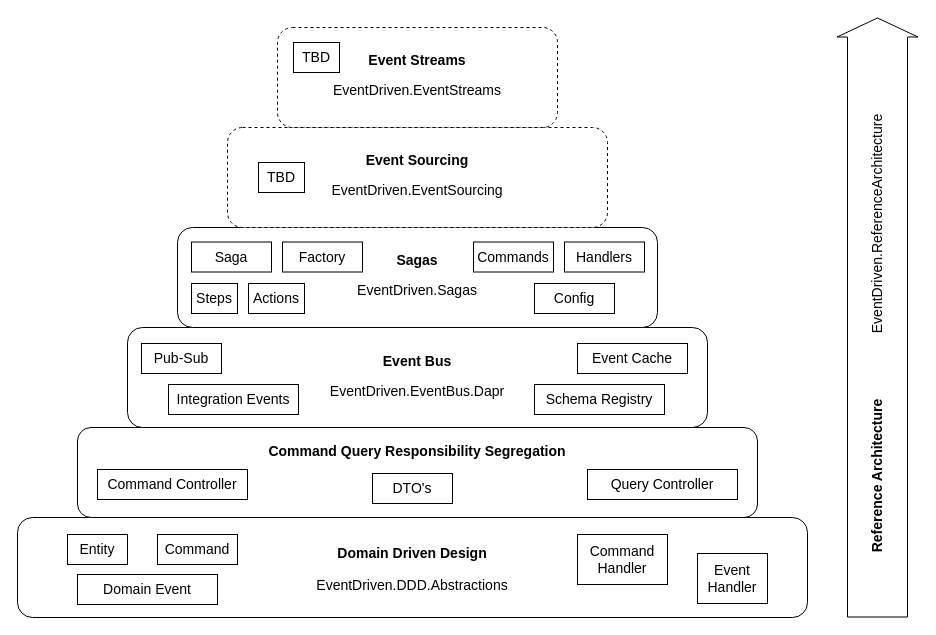
Above: images/event-driven-layers.drawio in event-driven-dotnet/Home (draw.io), before the change. Source tidied: cells renumbered, new cells numbered last; positions are measured from the earlier drawing's top-left corner, leaving out a move shared by most shapes. Both pictures are drawn from the tidied source at 100%, with x=0, y=0 at pixel (17, 17).
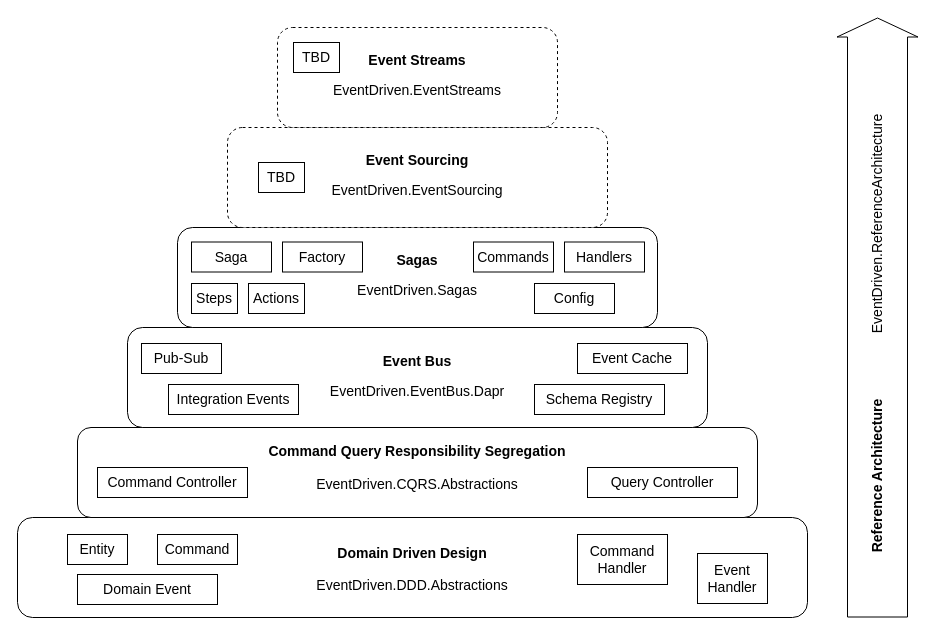
After the change.

Commit message (it also covers changes not shown here):
Update images and ReadMe.md for EventDriven CQRS.

Change to the diagram source:
```diff
@@
     <mxCell id="15" value="Command Controller" style="rounded=0;whiteSpace=wrap;html=1;fontSize=14;" parent="1" vertex="1">
-      <mxGeometry x="80" y="452" width="150" height="30" as="geometry" />
+      <mxGeometry x="80" y="450" width="150" height="30" as="geometry" />
     </mxCell>
     <mxCell id="16" value="Query Controller" style="rounded=0;whiteSpace=wrap;html=1;fontSize=14;" parent="1" vertex="1">
-      <mxGeometry x="570" y="452" width="150" height="30" as="geometry" />
+      <mxGeometry x="570" y="450" width="150" height="30" as="geometry" />
     </mxCell>
-    <mxCell id="17" value="DTO's" style="rounded=0;whiteSpace=wrap;html=1;fontSize=14;" parent="1" vertex="1">
-      <mxGeometry x="355" y="456" width="80" height="30" as="geometry" />
-    </mxCell>
@@
+    <mxCell id="43" value="EventDriven.CQRS.Abstractions" style="text;html=1;strokeColor=none;fillColor=none;align=center;verticalAlign=middle;whiteSpace=wrap;rounded=0;fontSize=14;fontStyle=0;fontColor=#000000;" parent="1" vertex="1">
+      <mxGeometry x="60" y="452" width="680" height="30" as="geometry" />
+    </mxCell>
```
